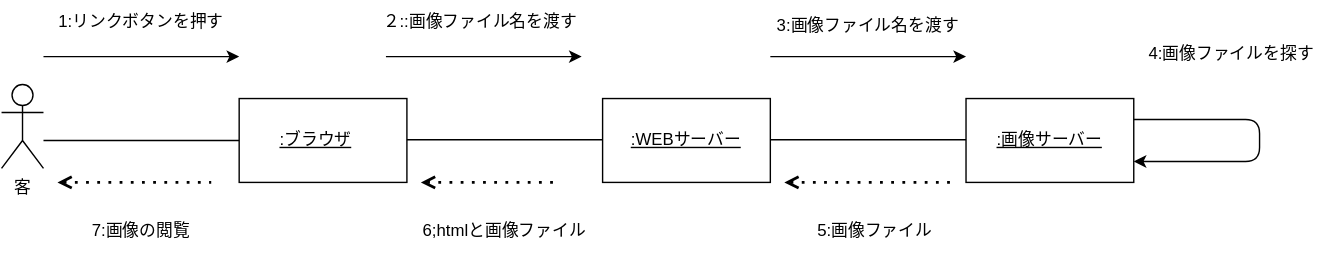
sotawfd/testuml keeps this draw.io diagram as 演習５-1_CD_Web画像検索.drawio.svg. Above is the earlier version. Source tidied: cells renumbered, new cells last; positions are measured from the earlier drawing's top-left corner, leaving out a move shared by most shapes. The source it was exported from:
```xml
<mxGraphModel>
  <root>
    <mxCell id="0" />
    <mxCell id="1" parent="0" />
    <mxCell id="2" style="endArrow=classic;html=1;" parent="1" edge="1">
      <mxGeometry relative="1" as="geometry">
        <mxPoint x="30" y="40" as="sourcePoint" />
        <mxPoint x="170" y="40" as="targetPoint" />
      </mxGeometry>
    </mxCell>
    <mxCell id="3" value="1:リンクボタンを押す" style="text;strokeColor=none;align=center;fillColor=none;html=1;verticalAlign=middle;whiteSpace=wrap;rounded=0;" parent="1" vertex="1">
      <mxGeometry x="40" width="120" height="30" as="geometry" />
    </mxCell>
    <mxCell id="4" style="endArrow=none;html=1;" parent="1" edge="1">
      <mxGeometry relative="1" as="geometry">
        <mxPoint x="30" y="100" as="sourcePoint" />
        <mxPoint x="170" y="100" as="targetPoint" />
      </mxGeometry>
    </mxCell>
    <mxCell id="5" style="rounded=0;whiteSpace=wrap;html=1;" parent="1" vertex="1">
      <mxGeometry x="170" y="70" width="120" height="60" as="geometry" />
    </mxCell>
    <mxCell id="6" value=":ブラウザ" style="text;strokeColor=none;align=center;fillColor=none;html=1;verticalAlign=middle;whiteSpace=wrap;rounded=0;fontStyle=4;" parent="1" vertex="1">
      <mxGeometry x="190" y="85" width="70" height="30" as="geometry" />
    </mxCell>
    <mxCell id="7" style="endArrow=none;html=1;" parent="1" edge="1">
      <mxGeometry relative="1" as="geometry">
        <mxPoint x="290" y="99.5" as="sourcePoint" />
        <mxPoint x="430" y="99.5" as="targetPoint" />
      </mxGeometry>
    </mxCell>
    <mxCell id="8" value="&lt;u&gt;:WEBサーバー&lt;/u&gt;" style="rounded=0;whiteSpace=wrap;html=1;" parent="1" vertex="1">
      <mxGeometry x="430" y="70" width="120" height="60" as="geometry" />
    </mxCell>
    <mxCell id="9" style="endArrow=classic;html=1;" parent="1" edge="1">
      <mxGeometry relative="1" as="geometry">
        <mxPoint x="275" y="40" as="sourcePoint" />
        <mxPoint x="415" y="40" as="targetPoint" />
      </mxGeometry>
    </mxCell>
    <mxCell id="10" value="２::画像ファイル名を渡す" style="text;strokeColor=none;align=center;fillColor=none;html=1;verticalAlign=middle;whiteSpace=wrap;rounded=0;" parent="1" vertex="1">
      <mxGeometry x="270" width="145" height="30" as="geometry" />
    </mxCell>
    <mxCell id="11" style="endArrow=classic;html=1;" parent="1" edge="1">
      <mxGeometry relative="1" as="geometry">
        <mxPoint x="550" y="40" as="sourcePoint" />
        <mxPoint x="690" y="40" as="targetPoint" />
      </mxGeometry>
    </mxCell>
    <mxCell id="12" value="3:画像ファイル名を渡す" style="text;strokeColor=none;align=center;fillColor=none;html=1;verticalAlign=middle;whiteSpace=wrap;rounded=0;" parent="1" vertex="1">
      <mxGeometry x="550" width="140" height="35" as="geometry" />
    </mxCell>
    <mxCell id="13" style="endArrow=none;dashed=1;html=1;dashPattern=1 3;strokeWidth=2;rounded=0;startArrow=open;startFill=0;" parent="1" edge="1">
      <mxGeometry relative="1" as="geometry">
        <mxPoint x="40" y="130" as="sourcePoint" />
        <mxPoint x="150" y="130" as="targetPoint" />
      </mxGeometry>
    </mxCell>
    <mxCell id="14" value="6;htmlと画像ファイル" style="text;strokeColor=none;align=center;fillColor=none;html=1;verticalAlign=middle;whiteSpace=wrap;rounded=0;" parent="1" vertex="1">
      <mxGeometry x="290" y="150" width="140" height="30" as="geometry" />
    </mxCell>
    <mxCell id="15" style="endArrow=none;dashed=1;html=1;dashPattern=1 3;strokeWidth=2;rounded=0;startArrow=open;startFill=0;" parent="1" edge="1">
      <mxGeometry relative="1" as="geometry">
        <mxPoint x="300" y="130" as="sourcePoint" />
        <mxPoint x="400" y="130" as="targetPoint" />
      </mxGeometry>
    </mxCell>
    <mxCell id="16" value="7:画像の閲覧" style="text;strokeColor=none;align=center;fillColor=none;html=1;verticalAlign=middle;whiteSpace=wrap;rounded=0;" parent="1" vertex="1">
      <mxGeometry x="40" y="150" width="120" height="30" as="geometry" />
    </mxCell>
    <mxCell id="17" style="endArrow=none;html=1;" parent="1" edge="1">
      <mxGeometry relative="1" as="geometry">
        <mxPoint x="550" y="99.5" as="sourcePoint" />
        <mxPoint x="690" y="99.5" as="targetPoint" />
      </mxGeometry>
    </mxCell>
    <mxCell id="18" value="&lt;u&gt;:画像サーバー&lt;/u&gt;" style="rounded=0;whiteSpace=wrap;html=1;" parent="1" vertex="1">
      <mxGeometry x="690" y="70" width="120" height="60" as="geometry" />
    </mxCell>
    <mxCell id="19" style="endArrow=classic;html=1;entryX=1;entryY=0.75;entryDx=0;entryDy=0;" parent="1" edge="1" target="18">
      <mxGeometry relative="1" as="geometry">
        <mxPoint x="810" y="85" as="sourcePoint" />
        <Array as="points">
          <mxPoint x="900" y="85" />
          <mxPoint x="900" y="115" />
        </Array>
      </mxGeometry>
    </mxCell>
    <mxCell id="20" value="4:画像ファイルを探す" style="text;strokeColor=none;align=center;fillColor=none;html=1;verticalAlign=middle;whiteSpace=wrap;rounded=0;" parent="1" vertex="1">
      <mxGeometry x="810" y="20" width="140" height="35" as="geometry" />
    </mxCell>
    <mxCell id="21" style="endArrow=none;dashed=1;html=1;dashPattern=1 3;strokeWidth=2;rounded=0;startArrow=open;startFill=0;" parent="1" edge="1">
      <mxGeometry relative="1" as="geometry">
        <mxPoint x="560" y="130" as="sourcePoint" />
        <mxPoint x="680" y="130" as="targetPoint" />
      </mxGeometry>
    </mxCell>
    <mxCell id="22" value="5:画像ファイル" style="text;strokeColor=none;align=center;fillColor=none;html=1;verticalAlign=middle;whiteSpace=wrap;rounded=0;" parent="1" vertex="1">
      <mxGeometry x="580" y="150" width="90" height="30" as="geometry" />
    </mxCell>
    <mxCell id="23" value="客" style="shape=umlActor;verticalLabelPosition=bottom;verticalAlign=top;html=1;" parent="1" vertex="1">
      <mxGeometry y="60" width="30" height="60" as="geometry" />
    </mxCell>
  </root>
</mxGraphModel>
```
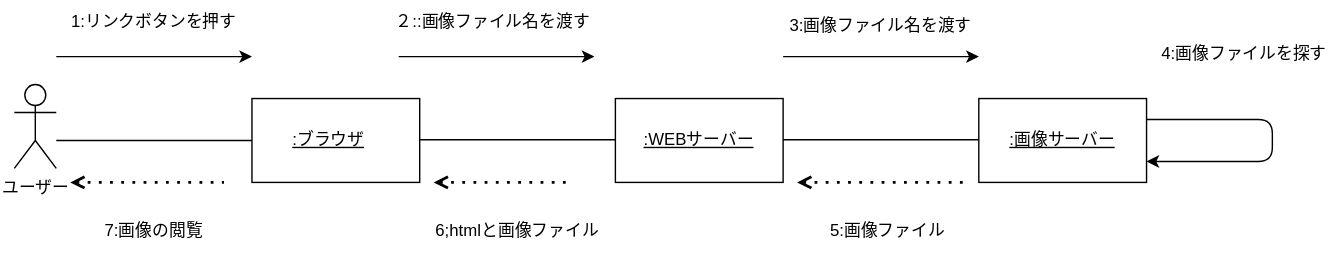
After the change.

The edit, as a diff of the source:
```diff
@@ -98,7 +98,7 @@
     <mxCell id="22" value="5:画像ファイル" style="text;strokeColor=none;align=center;fillColor=none;html=1;verticalAlign=middle;whiteSpace=wrap;rounded=0;" parent="1" vertex="1">
       <mxGeometry x="580" y="150" width="90" height="30" as="geometry" />
     </mxCell>
-    <mxCell id="23" value="客" style="shape=umlActor;verticalLabelPosition=bottom;verticalAlign=top;html=1;" parent="1" vertex="1">
+    <mxCell id="23" value="ユーザー" style="shape=umlActor;verticalLabelPosition=bottom;verticalAlign=top;html=1;" parent="1" vertex="1">
       <mxGeometry y="60" width="30" height="60" as="geometry" />
     </mxCell>
   </root>
```
